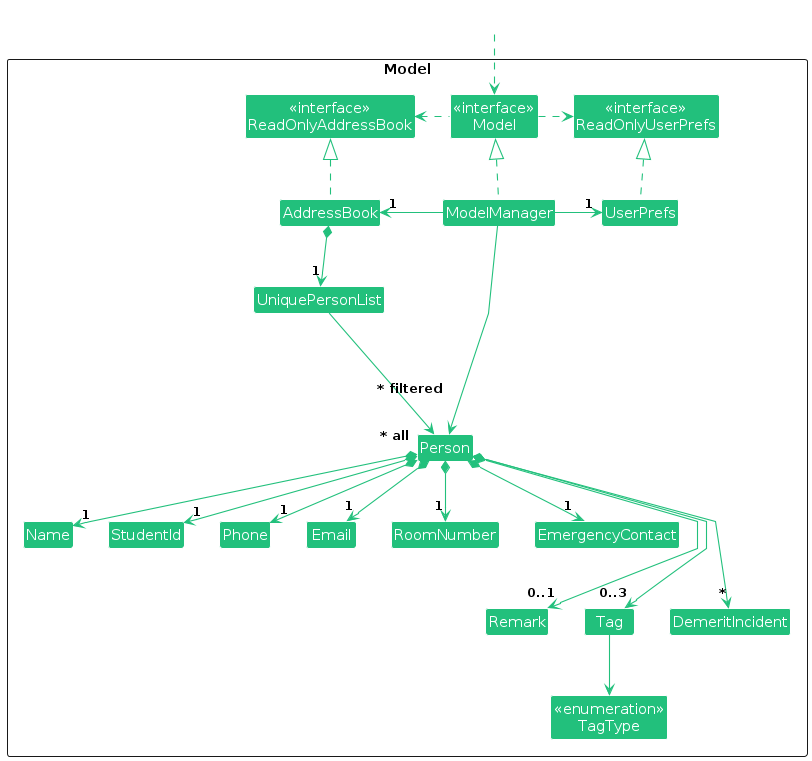
AY2526S2-CS2103T-T15-1/tp keeps this PlantUML diagram as diagrams/ModelClassDiagram.png. Above is the earlier version. Its source is kept beside it as diagrams/ModelClassDiagram.puml.
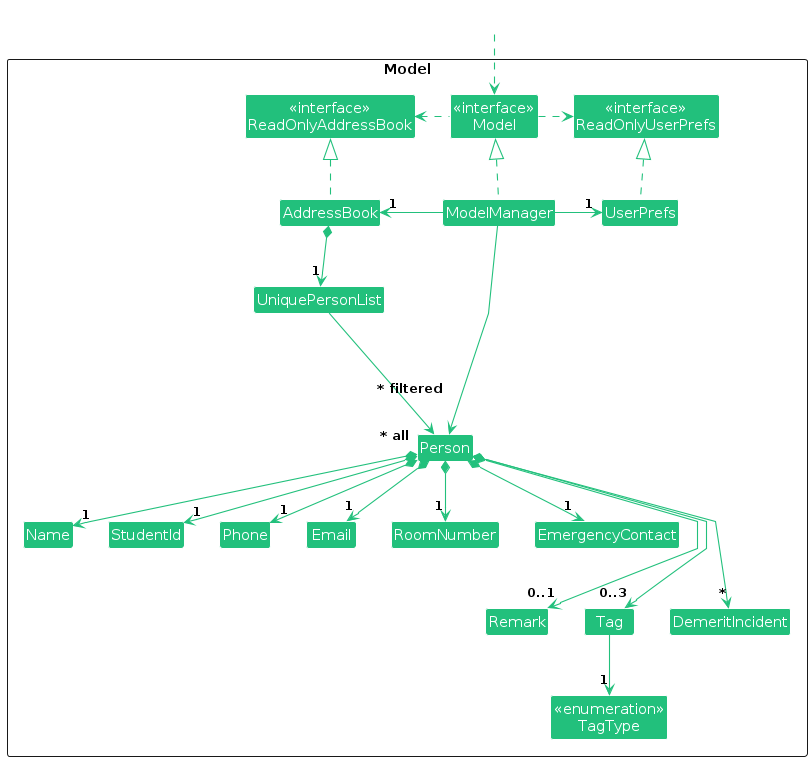
After the change.

Change to the diagram source:
```diff
@@ -53,7 +53,7 @@
 Person *--> "0..1" Remark
 Person *--> "0..3" Tag
 Person *--> "*" DemeritIncident
-Tag --> TagType
+Tag --> "1" TagType
 
 Person -[hidden]up--> I
 UniquePersonList -[hidden]right-> I
```
